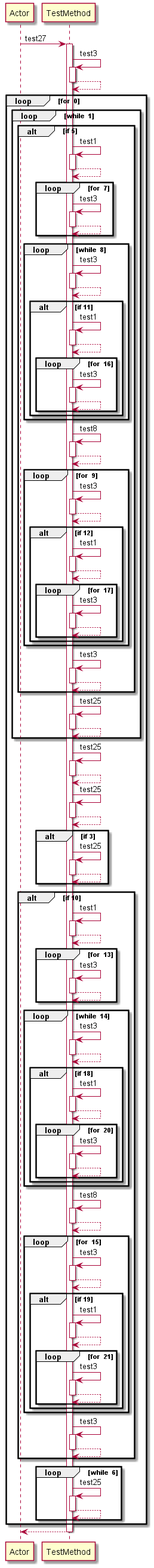
Above: Diagrams/test27.png in manucapo/Gardener (PlantUML), before the change.
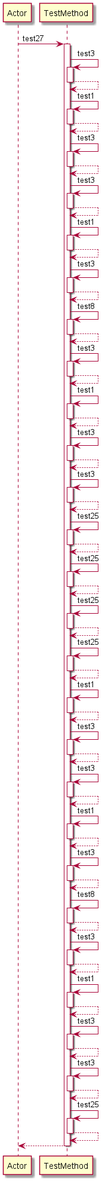
Above is the later version.

Change to the diagram source:
```diff
@@ -6,69 +6,46 @@
 activate TestMethod
 TestMethod-->TestMethod
 deactivate TestMethod
-loop for  0
-loop while  1
-alt if 5
 TestMethod -> TestMethod: test1
 activate TestMethod
 TestMethod-->TestMethod
 deactivate TestMethod
-loop for  7
 TestMethod -> TestMethod: test3
 activate TestMethod
 TestMethod-->TestMethod
 deactivate TestMethod
-end
-loop while  8
 TestMethod -> TestMethod: test3
 activate TestMethod
 TestMethod-->TestMethod
 deactivate TestMethod
-alt if 11
 TestMethod -> TestMethod: test1
 activate TestMethod
 TestMethod-->TestMethod
 deactivate TestMethod
-loop for  16
 TestMethod -> TestMethod: test3
 activate TestMethod
 TestMethod-->TestMethod
 deactivate TestMethod
-end
-end
-end
 TestMethod -> TestMethod: test8
 activate TestMethod
 TestMethod-->TestMethod
 deactivate TestMethod
-loop for  9
 TestMethod -> TestMethod: test3
 activate TestMethod
 TestMethod-->TestMethod
 deactivate TestMethod
-alt if 12
 TestMethod -> TestMethod: test1
 activate TestMethod
 TestMethod-->TestMethod
 deactivate TestMethod
-loop for  17
 TestMethod -> TestMethod: test3
 activate TestMethod
 TestMethod-->TestMethod
 deactivate TestMethod
-end
-end
-end
 TestMethod -> TestMethod: test3
 activate TestMethod
 TestMethod-->TestMethod
 deactivate TestMethod
-end
-TestMethod -> TestMethod: test25
-activate TestMethod
-TestMethod-->TestMethod
-deactivate TestMethod
-end
 TestMethod -> TestMethod: test25
 activate TestMethod
 TestMethod-->TestMethod
@@ -77,74 +54,57 @@
 activate TestMethod
 TestMethod-->TestMethod
 deactivate TestMethod
-alt if 3
 TestMethod -> TestMethod: test25
 activate TestMethod
 TestMethod-->TestMethod
 deactivate TestMethod
-end
-alt if 10
+TestMethod -> TestMethod: test25
+activate TestMethod
+TestMethod-->TestMethod
+deactivate TestMethod
 TestMethod -> TestMethod: test1
 activate TestMethod
 TestMethod-->TestMethod
 deactivate TestMethod
-loop for  13
 TestMethod -> TestMethod: test3
 activate TestMethod
 TestMethod-->TestMethod
 deactivate TestMethod
-end
-loop while  14
 TestMethod -> TestMethod: test3
 activate TestMethod
 TestMethod-->TestMethod
 deactivate TestMethod
-alt if 18
 TestMethod -> TestMethod: test1
 activate TestMethod
 TestMethod-->TestMethod
 deactivate TestMethod
-loop for  20
 TestMethod -> TestMethod: test3
 activate TestMethod
 TestMethod-->TestMethod
 deactivate TestMethod
-end
-end
-end
 TestMethod -> TestMethod: test8
 activate TestMethod
 TestMethod-->TestMethod
 deactivate TestMethod
-loop for  15
 TestMethod -> TestMethod: test3
 activate TestMethod
 TestMethod-->TestMethod
 deactivate TestMethod
-alt if 19
 TestMethod -> TestMethod: test1
 activate TestMethod
 TestMethod-->TestMethod
 deactivate TestMethod
-loop for  21
 TestMethod -> TestMethod: test3
 activate TestMethod
 TestMethod-->TestMethod
 deactivate TestMethod
-end
-end
-end
 TestMethod -> TestMethod: test3
 activate TestMethod
 TestMethod-->TestMethod
 deactivate TestMethod
-end
-loop while  6
 TestMethod -> TestMethod: test25
 activate TestMethod
 TestMethod-->TestMethod
 deactivate TestMethod
-end
-end
 return
 @enduml
```
